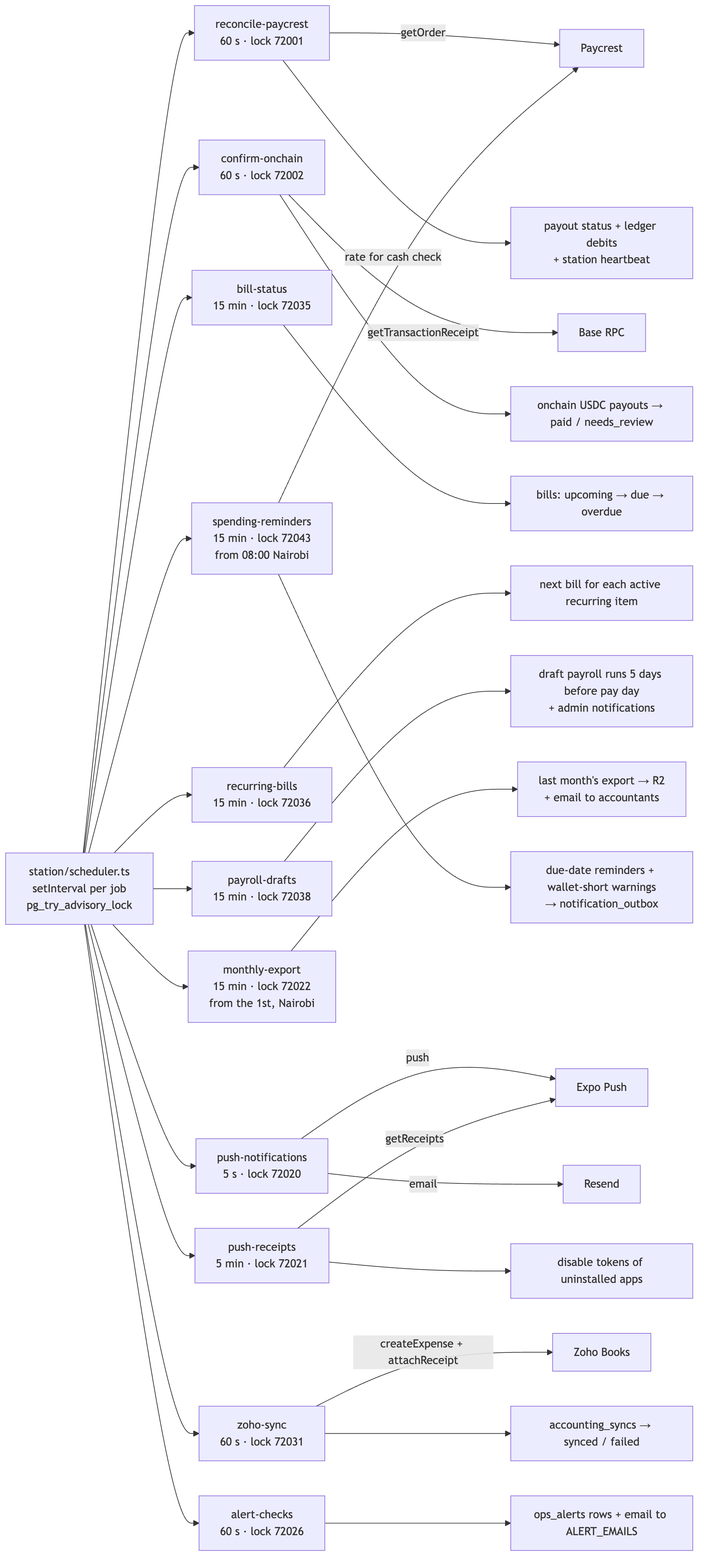
This is docs/architecture/06-background-jobs.png from Expendi/Expendi-business, a Mermaid export, as it was before one commit. Its source is kept beside it as docs/architecture/src/06-background-jobs.mmd. Source of this version:
```mermaid
flowchart LR
  SCHED["station/scheduler.ts<br/>setInterval per job<br/>pg_try_advisory_lock"]

  SCHED --> J1["reconcile-paycrest<br/>60 s · lock 72001"]
  SCHED --> J2["confirm-onchain<br/>60 s · lock 72002"]
  SCHED --> J3["bill-status<br/>15 min · lock 72035"]
  SCHED --> J4["recurring-bills<br/>15 min · lock 72036"]
  SCHED --> J5["payroll-drafts<br/>15 min · lock 72038"]
  SCHED --> J6["monthly-export<br/>15 min · lock 72022<br/>from the 1st, Nairobi"]
  SCHED --> J7["spending-reminders<br/>15 min · lock 72043<br/>from 08:00 Nairobi"]
  SCHED --> J8["push-notifications<br/>5 s · lock 72020"]
  SCHED --> J9["push-receipts<br/>5 min · lock 72021"]
  SCHED --> J10["zoho-sync<br/>60 s · lock 72031"]
  SCHED --> J11["alert-checks<br/>60 s · lock 72026"]

  J1 -- "getOrder" --> PC["Paycrest"]
  J1 --> O1["payout status + ledger debits<br/>+ station heartbeat"]
  J2 -- "getTransactionReceipt" --> RPC["Base RPC"]
  J2 --> O2["onchain USDC payouts → paid / needs_review"]
  J3 --> O3["bills: upcoming → due → overdue"]
  J4 --> O4["next bill for each active recurring item"]
  J5 --> O5["draft payroll runs 5 days before pay day<br/>+ admin notifications"]
  J6 --> O6["last month's export → R2<br/>+ email to accountants"]
  J7 -- "rate for cash check" --> PC
  J7 --> O7["due-date reminders + wallet-short warnings<br/>→ notification_outbox"]
  J8 -- "push" --> EXPO["Expo Push"]
  J8 -- "email" --> RES["Resend"]
  J9 -- "getReceipts" --> EXPO
  J9 --> O9["disable tokens of uninstalled apps"]
  J10 -- "createExpense + attachReceipt" --> ZB["Zoho Books"]
  J10 --> O10["accounting_syncs → synced / failed"]
  J11 --> O11["ops_alerts rows + email to ALERT_EMAILS"]
```
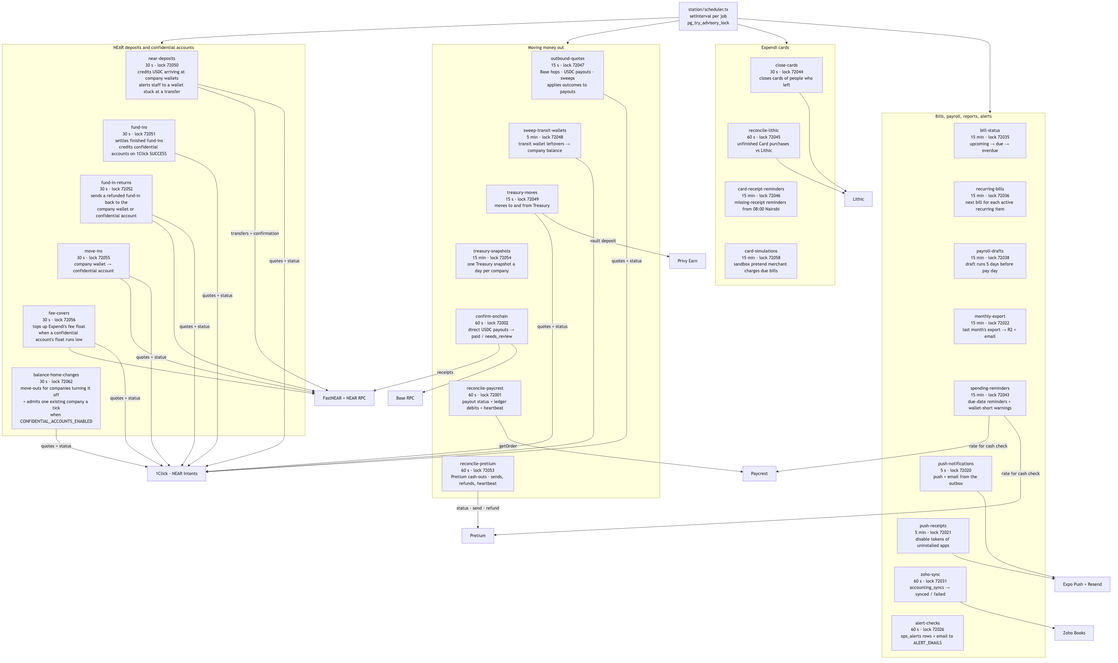
After the change.

The edit, as a diff of the source:
```diff
@@ -1,32 +1,62 @@
-flowchart LR
+flowchart TB
   SCHED["station/scheduler.ts<br/>setInterval per job<br/>pg_try_advisory_lock"]
 
-  SCHED --> J1["reconcile-paycrest<br/>60 s · lock 72001"]
-  SCHED --> J2["confirm-onchain<br/>60 s · lock 72002"]
-  SCHED --> J3["bill-status<br/>15 min · lock 72035"]
-  SCHED --> J4["recurring-bills<br/>15 min · lock 72036"]
-  SCHED --> J5["payroll-drafts<br/>15 min · lock 72038"]
-  SCHED --> J6["monthly-export<br/>15 min · lock 72022<br/>from the 1st, Nairobi"]
-  SCHED --> J7["spending-reminders<br/>15 min · lock 72043<br/>from 08:00 Nairobi"]
-  SCHED --> J8["push-notifications<br/>5 s · lock 72020"]
-  SCHED --> J9["push-receipts<br/>5 min · lock 72021"]
-  SCHED --> J10["zoho-sync<br/>60 s · lock 72031"]
-  SCHED --> J11["alert-checks<br/>60 s · lock 72026"]
+  subgraph NEARJOBS["NEAR deposits and confidential accounts"]
+    N1["near-deposits<br/>30 s · lock 72050<br/>credits USDC arriving at company wallets<br/>alerts staff to a wallet stuck at a transfer"]
+    N2["fund-ins<br/>30 s · lock 72051<br/>settles finished fund-ins<br/>credits confidential accounts on 1Click SUCCESS"]
+    N3["fund-in-returns<br/>30 s · lock 72052<br/>sends a refunded fund-in back to the<br/>company wallet or confidential account"]
+    N4["move-ins<br/>30 s · lock 72055<br/>company wallet → confidential account"]
+    N5["fee-covers<br/>30 s · lock 72056<br/>tops up Expendi's fee float<br/>when a confidential account's float runs low"]
+    N6["balance-home-changes<br/>30 s · lock 72062<br/>move-outs for companies turning it off<br/>+ admits one existing company a tick<br/>when CONFIDENTIAL_ACCOUNTS_ENABLED"]
+  end
 
-  J1 -- "getOrder" --> PC["Paycrest"]
-  J1 --> O1["payout status + ledger debits<br/>+ station heartbeat"]
-  J2 -- "getTransactionReceipt" --> RPC["Base RPC"]
-  J2 --> O2["onchain USDC payouts → paid / needs_review"]
-  J3 --> O3["bills: upcoming → due → overdue"]
-  J4 --> O4["next bill for each active recurring item"]
-  J5 --> O5["draft payroll runs 5 days before pay day<br/>+ admin notifications"]
-  J6 --> O6["last month's export → R2<br/>+ email to accountants"]
-  J7 -- "rate for cash check" --> PC
-  J7 --> O7["due-date reminders + wallet-short warnings<br/>→ notification_outbox"]
-  J8 -- "push" --> EXPO["Expo Push"]
-  J8 -- "email" --> RES["Resend"]
-  J9 -- "getReceipts" --> EXPO
-  J9 --> O9["disable tokens of uninstalled apps"]
-  J10 -- "createExpense + attachReceipt" --> ZB["Zoho Books"]
-  J10 --> O10["accounting_syncs → synced / failed"]
-  J11 --> O11["ops_alerts rows + email to ALERT_EMAILS"]
+  subgraph MONEYJOBS["Moving money out"]
+    M1["outbound-quotes<br/>15 s · lock 72047<br/>Base hops · USDC payouts · sweeps<br/>applies outcomes to payouts"]
+    M2["sweep-transit-wallets<br/>5 min · lock 72048<br/>transit wallet leftovers → company balance"]
+    M3["treasury-moves<br/>15 s · lock 72049<br/>moves to and from Treasury"]
+    M4["treasury-snapshots<br/>15 min · lock 72054<br/>one Treasury snapshot a day per company"]
+    M5["confirm-onchain<br/>60 s · lock 72002<br/>direct USDC payouts → paid / needs_review"]
+    M6["reconcile-paycrest<br/>60 s · lock 72001<br/>payout status + ledger debits + heartbeat"]
+    M7["reconcile-pretium<br/>60 s · lock 72053<br/>Pretium cash-outs · sends, refunds, heartbeat"]
+  end
+
+  subgraph CARDJOBS["Expendi cards"]
+    C1["close-cards<br/>30 s · lock 72044<br/>closes cards of people who left"]
+    C2["reconcile-lithic<br/>60 s · lock 72045<br/>unfinished Card purchases vs Lithic"]
+    C3["card-receipt-reminders<br/>15 min · lock 72046<br/>missing-receipt reminders from 08:00 Nairobi"]
+    C4["card-simulations<br/>15 min · lock 72058<br/>sandbox pretend merchant charges due bills"]
+  end
+
+  subgraph BOOKJOBS["Bills, payroll, reports, alerts"]
+    B1["bill-status<br/>15 min · lock 72035<br/>upcoming → due → overdue"]
+    B2["recurring-bills<br/>15 min · lock 72036<br/>next bill for each active recurring item"]
+    B3["payroll-drafts<br/>15 min · lock 72038<br/>draft runs 5 days before pay day"]
+    B4["monthly-export<br/>15 min · lock 72022<br/>last month's export → R2 + email"]
+    B5["spending-reminders<br/>15 min · lock 72043<br/>due-date reminders + wallet-short warnings"]
+    B6["push-notifications<br/>5 s · lock 72020<br/>push + email from the outbox"]
+    B7["push-receipts<br/>5 min · lock 72021<br/>disable tokens of uninstalled apps"]
+    B8["zoho-sync<br/>60 s · lock 72031<br/>accounting_syncs → synced / failed"]
+    B9["alert-checks<br/>60 s · lock 72026<br/>ops_alerts rows + email to ALERT_EMAILS"]
+  end
+
+  N1 ~~~ N2 ~~~ N3 ~~~ N4 ~~~ N5 ~~~ N6
+  M1 ~~~ M2 ~~~ M3 ~~~ M4 ~~~ M5 ~~~ M6 ~~~ M7
+  C1 ~~~ C2 ~~~ C3 ~~~ C4
+  B1 ~~~ B2 ~~~ B3 ~~~ B4 ~~~ B5 ~~~ B6 ~~~ B7 ~~~ B8 ~~~ B9
+
+  SCHED --> NEARJOBS & MONEYJOBS & CARDJOBS & BOOKJOBS
+
+  N1 -- "transfers + confirmation" --> NEARX["FastNEAR + NEAR RPC"]
+  N3 & N4 & N5 --> NEARX
+  N1 & N2 & N3 & N4 & N5 & N6 & M1 & M3 -- "quotes + status" --> OC["1Click · NEAR Intents"]
+  M2 --> OC
+  M5 -- "receipts" --> NEARX
+  M5 --> BRPC["Base RPC"]
+  M6 -- "getOrder" --> PC["Paycrest"]
+  M7 -- "status · send · refund" --> PR["Pretium"]
+  M3 -- "vault deposit" --> PRIVY["Privy Earn"]
+  C1 & C2 --> LI["Lithic"]
+  B5 -- "rate for cash check" --> PC & PR
+  B6 --> EXPO["Expo Push + Resend"]
+  B7 --> EXPO
+  B8 --> ZB["Zoho Books"]
```
